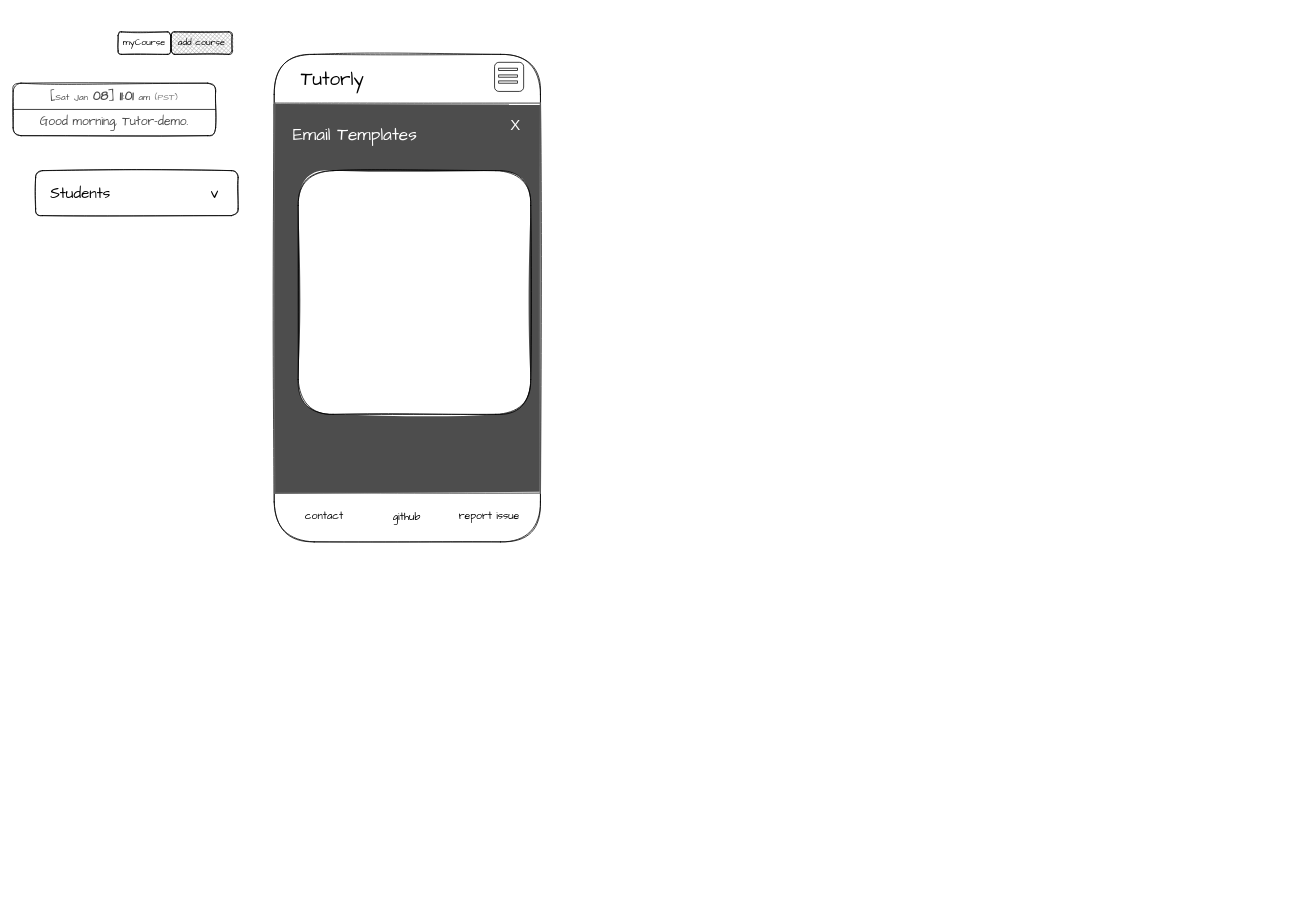
Above: page "email-templates" (2 of 2) of design/wireframes.drawio in sjfcodes/tutor-assistant (draw.io), before the change. Source tidied: cells renumbered, new cells numbered last; positions are measured from the earlier drawing's top-left corner, leaving out a move shared by most shapes. Both pictures are drawn from the tidied source at 75%, with x=0, y=0 at pixel (13, 32).
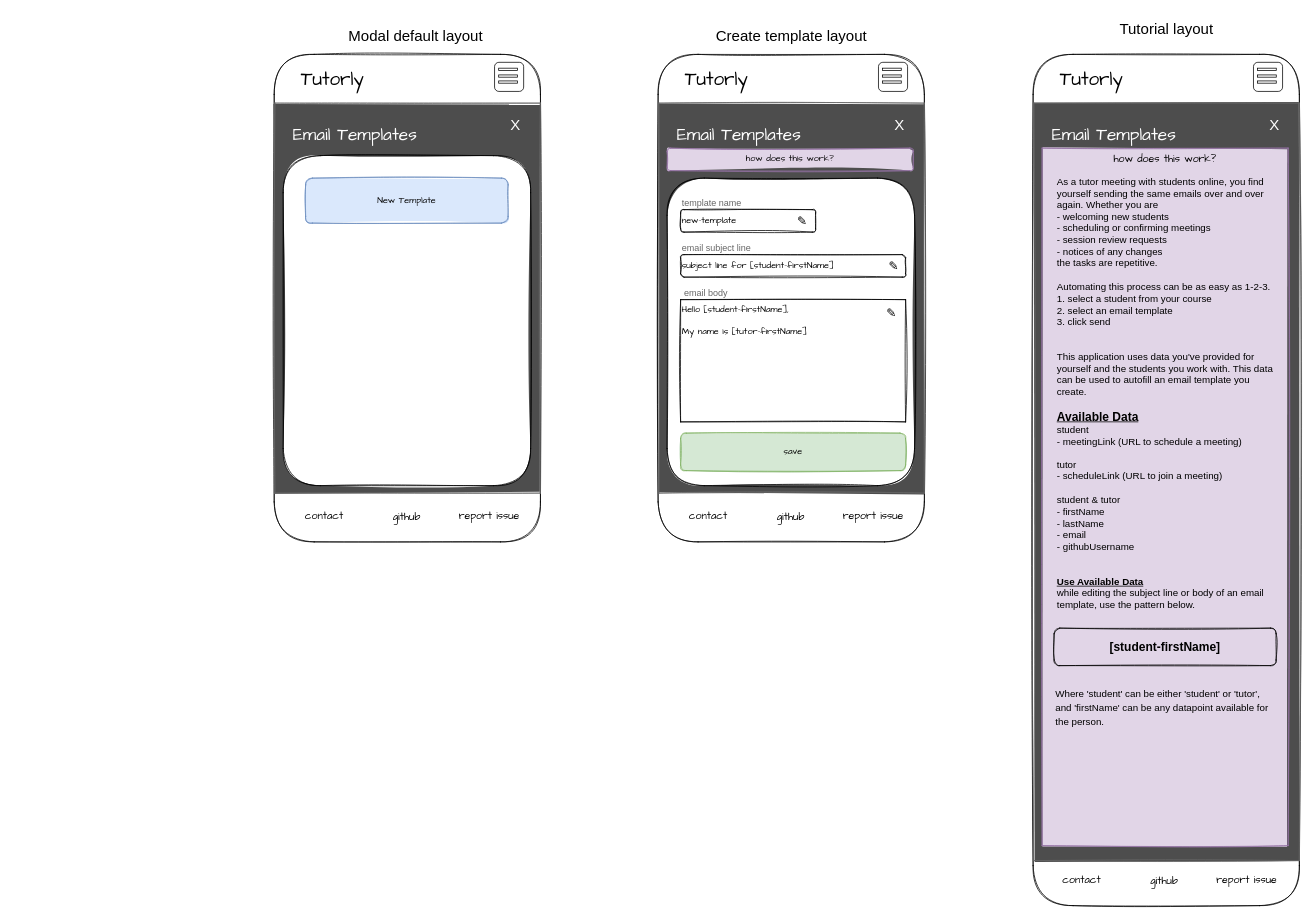
The same diagram, later.

Diff of the diagram source:
```diff
@@
-    <mxCell id="3" value="myCourse" style="rounded=1;whiteSpace=wrap;html=1;sketch=1;fillStyle=cross-hatch;fillColor=none;fontFamily=Comic Sans MS;" parent="1" vertex="1">
-      <mxGeometry x="140" width="70" height="30" as="geometry" />
-    </mxCell>
-    <mxCell id="4" value="add course" style="rounded=1;whiteSpace=wrap;html=1;sketch=1;fillStyle=cross-hatch;fillColor=#B3B3B3;fontFamily=Comic Sans MS;" parent="1" vertex="1">
-      <mxGeometry x="211" width="81" height="30" as="geometry" />
-    </mxCell>
@@
-    <mxCell id="6" value="&lt;span class=&quot;&quot; style=&quot;box-sizing: inherit ; color: rgb(74 , 74 , 74) ; font-family: &amp;quot;system-ui&amp;quot; , , &amp;quot;segoe ui&amp;quot; , &amp;quot;roboto&amp;quot; , &amp;quot;oxygen&amp;quot; , &amp;quot;ubuntu&amp;quot; , &amp;quot;cantarell&amp;quot; , &amp;quot;fira sans&amp;quot; , &amp;quot;droid sans&amp;quot; , &amp;quot;helvetica neue&amp;quot; , &amp;quot;helvetica&amp;quot; , &amp;quot;arial&amp;quot; , sans-serif ; font-size: 16px ; background-color: rgb(255 , 255 , 255)&quot;&gt;[&lt;span class=&quot;is-size-7 &quot; style=&quot;box-sizing: inherit ; font-style: inherit ; font-weight: inherit ; font-size: 0.75rem&quot;&gt;Sat&lt;/span&gt;&amp;nbsp;&lt;span class=&quot;is-size-7 &quot; style=&quot;box-sizing: inherit ; font-style: inherit ; font-weight: inherit ; font-size: 0.75rem&quot;&gt;Jan&lt;/span&gt;&amp;nbsp;&lt;span class=&quot;is-size-6 has-text-weight-bold&quot; style=&quot;box-sizing: inherit ; font-style: inherit ; font-weight: 700 ; font-size: 1rem&quot;&gt;08&lt;/span&gt;]&amp;nbsp;&lt;span class=&quot;is-size-6 has-text-weight-bold&quot; style=&quot;box-sizing: inherit ; font-style: inherit ; font-weight: 700 ; font-size: 1rem&quot;&gt;11&lt;/span&gt;:&lt;span class=&quot;is-size-6 has-text-weight-bold&quot; style=&quot;box-sizing: inherit ; font-style: inherit ; font-weight: 700 ; font-size: 1rem&quot;&gt;01&lt;/span&gt;&amp;nbsp;&lt;span class=&quot;is-size-7 &quot; style=&quot;box-sizing: inherit ; font-style: inherit ; font-weight: inherit ; font-size: 0.75rem&quot;&gt;am&lt;/span&gt;&lt;/span&gt;&lt;span style=&quot;color: rgb(74 , 74 , 74) ; font-family: &amp;quot;system-ui&amp;quot; , , &amp;quot;segoe ui&amp;quot; , &amp;quot;roboto&amp;quot; , &amp;quot;oxygen&amp;quot; , &amp;quot;ubuntu&amp;quot; , &amp;quot;cantarell&amp;quot; , &amp;quot;fira sans&amp;quot; , &amp;quot;droid sans&amp;quot; , &amp;quot;helvetica neue&amp;quot; , &amp;quot;helvetica&amp;quot; , &amp;quot;arial&amp;quot; , sans-serif ; font-size: 16px ; background-color: rgb(255 , 255 , 255)&quot;&gt;&amp;nbsp;&lt;/span&gt;&lt;span class=&quot;is-size-7 has-text-grey&quot; style=&quot;box-sizing: inherit ; font-family: &amp;quot;system-ui&amp;quot; , , &amp;quot;segoe ui&amp;quot; , &amp;quot;roboto&amp;quot; , &amp;quot;oxygen&amp;quot; , &amp;quot;ubuntu&amp;quot; , &amp;quot;cantarell&amp;quot; , &amp;quot;fira sans&amp;quot; , &amp;quot;droid sans&amp;quot; , &amp;quot;helvetica neue&amp;quot; , &amp;quot;helvetica&amp;quot; , &amp;quot;arial&amp;quot; , sans-serif ; background-color: rgb(255 , 255 , 255) ; color: rgb(122 , 122 , 122) ; font-size: 0.75rem&quot;&gt;(PST)&lt;br&gt;&lt;br&gt;&lt;span style=&quot;color: rgb(74 , 74 , 74) ; font-size: 16px&quot;&gt;Good morning, Tutor-demo.&lt;/span&gt;&lt;br&gt;&lt;/span&gt;" style="rounded=1;whiteSpace=wrap;html=1;shadow=0;sketch=1;fillStyle=auto;fontFamily=Comic Sans MS;fillColor=#FFFFFF;" parent="1" vertex="1">
-      <mxGeometry y="68.4" width="270" height="70" as="geometry" />
-    </mxCell>
-    <mxCell id="7" style="rounded=1;whiteSpace=wrap;html=1;shadow=0;sketch=1;fillStyle=auto;fontFamily=Comic Sans MS;fillColor=#FFFFFF;" parent="1" vertex="1">
-      <mxGeometry x="30" y="185" width="270" height="60" as="geometry" />
-    </mxCell>
@@
-    <mxCell id="13" style="endArrow=none;html=1;rounded=0;fontSize=20;entryX=1;entryY=0.5;entryDx=0;entryDy=0;exitX=0;exitY=0.5;exitDx=0;exitDy=0;fontFamily=Comic Sans MS;" parent="1" edge="1" source="6" target="6">
-      <mxGeometry relative="1" as="geometry" />
-    </mxCell>
-    <mxCell id="14" value="Students" style="text;html=1;strokeColor=none;fillColor=none;align=center;verticalAlign=middle;whiteSpace=wrap;rounded=0;fillStyle=cross-hatch;fontSize=20;fontFamily=Comic Sans MS;" parent="1" vertex="1">
-      <mxGeometry x="40" y="200" width="100" height="30" as="geometry" />
-    </mxCell>
-    <mxCell id="15" value="v" style="text;html=1;strokeColor=none;fillColor=none;align=center;verticalAlign=middle;whiteSpace=wrap;rounded=0;fillStyle=cross-hatch;fontSize=20;fontFamily=Comic Sans MS;" parent="1" vertex="1">
-      <mxGeometry x="250" y="200" width="38.2" height="30" as="geometry" />
-    </mxCell>
@@
     <mxCell id="20" style="rounded=1;whiteSpace=wrap;html=1;sketch=1;fillStyle=auto;" parent="1" vertex="1">
-      <mxGeometry x="380.1" y="185" width="310" height="325" as="geometry" />
+      <mxGeometry x="360.1" y="165" width="329.9" height="440" as="geometry" />
     </mxCell>
@@
+    <mxCell id="7" value="New Template" style="rounded=1;whiteSpace=wrap;html=1;shadow=0;sketch=1;fillStyle=solid;fontFamily=Comic Sans MS;fillColor=#dae8fc;strokeColor=#6c8ebf;" parent="1" vertex="1">
+      <mxGeometry x="390" y="195" width="270" height="60" as="geometry" />
+    </mxCell>
+    <mxCell id="22" style="rounded=1;whiteSpace=wrap;html=1;sketch=1;" parent="1" vertex="1">
+      <mxGeometry x="860" y="30" width="355" height="650" as="geometry" />
+    </mxCell>
+    <mxCell id="23" style="rounded=0;whiteSpace=wrap;html=1;sketch=1;fillStyle=solid;fillColor=#4D4D4D;fontColor=#333333;strokeColor=#666666;" parent="1" vertex="1">
+      <mxGeometry x="860.9" y="95" width="354" height="520" as="geometry" />
+    </mxCell>
+    <mxCell id="24" value="&lt;font style=&quot;font-size: 25px;&quot;&gt;Tutorly&lt;/font&gt;" style="text;html=1;strokeColor=none;fillColor=none;align=center;verticalAlign=middle;whiteSpace=wrap;rounded=0;fillStyle=cross-hatch;fontSize=25;fontFamily=Comic Sans MS;" parent="1" vertex="1">
+      <mxGeometry x="894" y="48" width="87.9" height="30" as="geometry" />
+    </mxCell>
+    <mxCell id="25" style="whiteSpace=wrap;html=1;fillStyle=cross-hatch;fontSize=20;fillColor=#FFFFFF;rounded=1;" parent="1" vertex="1">
+      <mxGeometry x="1153.8" y="40.6" width="38.8" height="38.8" as="geometry" />
+    </mxCell>
+    <mxCell id="26" style="rounded=0;whiteSpace=wrap;html=1;fillStyle=cross-hatch;fontSize=20;fillColor=#FFFFFF;" parent="1" vertex="1">
+      <mxGeometry x="1159.2" y="48.4" width="25" height="3" as="geometry" />
+    </mxCell>
+    <mxCell id="27" style="rounded=0;whiteSpace=wrap;html=1;fillStyle=cross-hatch;fontSize=20;fillColor=#FFFFFF;" parent="1" vertex="1">
+      <mxGeometry x="1159.2" y="57.4" width="25" height="3" as="geometry" />
+    </mxCell>
+    <mxCell id="28" style="rounded=0;whiteSpace=wrap;html=1;fillStyle=cross-hatch;fontSize=20;fillColor=#FFFFFF;" parent="1" vertex="1">
+      <mxGeometry x="1159.2" y="65.4" width="25" height="3" as="geometry" />
+    </mxCell>
+    <mxCell id="29" value="&lt;font style=&quot;font-size: 14px&quot;&gt;report issue&lt;/font&gt;" style="text;html=1;strokeColor=none;fillColor=none;align=center;verticalAlign=middle;whiteSpace=wrap;rounded=0;fillStyle=cross-hatch;fontSize=20;fontFamily=Comic Sans MS;" parent="1" vertex="1">
+      <mxGeometry x="1092" y="630" width="110" height="26" as="geometry" />
+    </mxCell>
+    <mxCell id="30" value="&lt;font style=&quot;font-size: 14px&quot;&gt;contact&lt;/font&gt;" style="text;html=1;strokeColor=none;fillColor=none;align=center;verticalAlign=middle;whiteSpace=wrap;rounded=0;fillStyle=cross-hatch;fontSize=20;fontFamily=Comic Sans MS;" parent="1" vertex="1">
+      <mxGeometry x="872" y="630" width="110" height="26" as="geometry" />
+    </mxCell>
+    <mxCell id="31" value="&lt;font style=&quot;font-size: 14px&quot;&gt;github&lt;br&gt;&lt;/font&gt;" style="text;html=1;strokeColor=none;fillColor=none;align=center;verticalAlign=middle;whiteSpace=wrap;rounded=0;fillStyle=cross-hatch;fontSize=20;fontFamily=Comic Sans MS;" parent="1" vertex="1">
+      <mxGeometry x="1012" y="631" width="50" height="26" as="geometry" />
+    </mxCell>
+    <mxCell id="32" value="&lt;font style=&quot;font-size: 23px;&quot;&gt;Email Templates&lt;/font&gt;" style="text;html=1;align=center;verticalAlign=middle;whiteSpace=wrap;rounded=0;fontColor=#FFFFFF;fontSize=23;fontFamily=Comic Sans MS;" parent="1" vertex="1">
+      <mxGeometry x="863" y="122" width="210" height="30" as="geometry" />
+    </mxCell>
+    <mxCell id="33" style="rounded=1;whiteSpace=wrap;html=1;sketch=1;fillStyle=auto;" parent="1" vertex="1">
+      <mxGeometry x="872" y="195" width="329.9" height="410" as="geometry" />
+    </mxCell>
+    <mxCell id="34" value="X" style="text;html=1;strokeColor=none;fillColor=none;align=center;verticalAlign=middle;whiteSpace=wrap;rounded=0;fillStyle=solid;fontSize=20;fontColor=#FFFFFF;" parent="1" vertex="1">
+      <mxGeometry x="1162" y="108.4" width="40" height="30" as="geometry" />
+    </mxCell>
+    <mxCell id="35" value="new-template" style="rounded=1;whiteSpace=wrap;html=1;shadow=0;sketch=1;fillStyle=solid;fontFamily=Comic Sans MS;align=left;" parent="1" vertex="1">
+      <mxGeometry x="890" y="237" width="180" height="30" as="geometry" />
+    </mxCell>
+    <mxCell id="36" value="&lt;font style=&quot;font-size: 16px&quot;&gt;✎&lt;/font&gt;" style="text;html=1;strokeColor=none;fillColor=none;align=center;verticalAlign=middle;whiteSpace=wrap;rounded=0;fillStyle=solid;" parent="1" vertex="1">
+      <mxGeometry x="1043" y="242" width="19" height="20" as="geometry" />
+    </mxCell>
+    <mxCell id="37" value="&lt;font&gt;&lt;font style=&quot;font-size: 12px&quot;&gt;template name&lt;/font&gt;&lt;br&gt;&lt;/font&gt;" style="text;html=1;strokeColor=none;fillColor=none;align=left;verticalAlign=middle;whiteSpace=wrap;rounded=0;fillStyle=solid;fontSize=16;fontColor=#666666;" parent="1" vertex="1">
+      <mxGeometry x="889.9" y="217" width="94.1" height="20" as="geometry" />
+    </mxCell>
+    <mxCell id="38" value="subject line for [student-firstName]" style="rounded=1;whiteSpace=wrap;html=1;shadow=0;sketch=1;fillStyle=solid;fontFamily=Comic Sans MS;align=left;" parent="1" vertex="1">
+      <mxGeometry x="890" y="297" width="300" height="30" as="geometry" />
+    </mxCell>
+    <mxCell id="39" value="&lt;font style=&quot;font-size: 16px&quot;&gt;✎&lt;/font&gt;" style="text;html=1;strokeColor=none;fillColor=none;align=center;verticalAlign=middle;whiteSpace=wrap;rounded=0;fillStyle=solid;" parent="1" vertex="1">
+      <mxGeometry x="1164.8" y="302" width="19" height="20" as="geometry" />
+    </mxCell>
+    <mxCell id="40" value="&lt;font&gt;&lt;font style=&quot;font-size: 12px&quot;&gt;email subject line&lt;/font&gt;&lt;br&gt;&lt;/font&gt;" style="text;html=1;strokeColor=none;fillColor=none;align=left;verticalAlign=middle;whiteSpace=wrap;rounded=0;fillStyle=solid;fontSize=16;fontColor=#666666;" parent="1" vertex="1">
+      <mxGeometry x="889.9" y="277" width="124.1" height="20" as="geometry" />
+    </mxCell>
+    <mxCell id="41" value="Hello [student-firstName],&lt;br&gt;&lt;br&gt;My name is [tutor-firstName]" style="rounded=0;whiteSpace=wrap;html=1;shadow=0;sketch=1;fillStyle=solid;fontFamily=Comic Sans MS;align=left;gradientColor=none;glass=0;verticalAlign=top;" parent="1" vertex="1">
+      <mxGeometry x="890" y="357" width="300" height="163" as="geometry" />
+    </mxCell>
+    <mxCell id="42" value="&lt;font style=&quot;font-size: 16px&quot;&gt;✎&lt;/font&gt;" style="text;html=1;strokeColor=none;fillColor=none;align=center;verticalAlign=middle;whiteSpace=wrap;rounded=0;fillStyle=solid;" parent="1" vertex="1">
+      <mxGeometry x="1161.6" y="365" width="19" height="20" as="geometry" />
+    </mxCell>
+    <mxCell id="43" value="&lt;font&gt;&lt;font style=&quot;font-size: 12px&quot;&gt;email body&lt;/font&gt;&lt;br&gt;&lt;/font&gt;" style="text;html=1;strokeColor=none;fillColor=none;align=left;verticalAlign=middle;whiteSpace=wrap;rounded=0;fillStyle=solid;fontSize=16;fontColor=#666666;" parent="1" vertex="1">
+      <mxGeometry x="893.2" y="337" width="124.1" height="20" as="geometry" />
+    </mxCell>
+    <mxCell id="44" value="save" style="rounded=1;whiteSpace=wrap;html=1;shadow=0;sketch=1;fillStyle=solid;fontFamily=Comic Sans MS;align=center;fillColor=#d5e8d4;strokeColor=#82b366;" parent="1" vertex="1">
+      <mxGeometry x="890" y="535" width="300" height="50" as="geometry" />
+    </mxCell>
+    <mxCell id="45" value="&lt;font style=&quot;font-size: 12px&quot;&gt;how does this work?&lt;/font&gt;" style="rounded=1;whiteSpace=wrap;html=1;shadow=0;sketch=1;fillStyle=solid;fontFamily=Comic Sans MS;align=center;fillColor=#e1d5e7;strokeColor=#9673a6;" parent="1" vertex="1">
+      <mxGeometry x="872" y="155" width="328" height="30" as="geometry" />
+    </mxCell>
+    <mxCell id="46" style="rounded=1;whiteSpace=wrap;html=1;sketch=1;" parent="1" vertex="1">
+      <mxGeometry x="1360" y="30" width="355" height="1135" as="geometry" />
+    </mxCell>
+    <mxCell id="47" style="rounded=0;whiteSpace=wrap;html=1;sketch=1;fillStyle=solid;fillColor=#4D4D4D;fontColor=#333333;strokeColor=#666666;" parent="1" vertex="1">
+      <mxGeometry x="1360.9" y="95" width="354" height="1010" as="geometry" />
+    </mxCell>
+    <mxCell id="48" value="&lt;font style=&quot;font-size: 25px;&quot;&gt;Tutorly&lt;/font&gt;" style="text;html=1;strokeColor=none;fillColor=none;align=center;verticalAlign=middle;whiteSpace=wrap;rounded=0;fillStyle=cross-hatch;fontSize=25;fontFamily=Comic Sans MS;" parent="1" vertex="1">
+      <mxGeometry x="1394" y="48" width="87.9" height="30" as="geometry" />
+    </mxCell>
+    <mxCell id="49" style="whiteSpace=wrap;html=1;fillStyle=cross-hatch;fontSize=20;fillColor=#FFFFFF;rounded=1;" parent="1" vertex="1">
+      <mxGeometry x="1653.8" y="40.6" width="38.8" height="38.8" as="geometry" />
+    </mxCell>
+    <mxCell id="50" style="rounded=0;whiteSpace=wrap;html=1;fillStyle=cross-hatch;fontSize=20;fillColor=#FFFFFF;" parent="1" vertex="1">
+      <mxGeometry x="1659.2" y="48.4" width="25" height="3" as="geometry" />
+    </mxCell>
+    <mxCell id="51" style="rounded=0;whiteSpace=wrap;html=1;fillStyle=cross-hatch;fontSize=20;fillColor=#FFFFFF;" parent="1" vertex="1">
+      <mxGeometry x="1659.2" y="57.4" width="25" height="3" as="geometry" />
+    </mxCell>
+    <mxCell id="52" style="rounded=0;whiteSpace=wrap;html=1;fillStyle=cross-hatch;fontSize=20;fillColor=#FFFFFF;" parent="1" vertex="1">
+      <mxGeometry x="1659.2" y="65.4" width="25" height="3" as="geometry" />
+    </mxCell>
+    <mxCell id="53" value="&lt;font style=&quot;font-size: 14px&quot;&gt;report issue&lt;/font&gt;" style="text;html=1;strokeColor=none;fillColor=none;align=center;verticalAlign=middle;whiteSpace=wrap;rounded=0;fillStyle=cross-hatch;fontSize=20;fontFamily=Comic Sans MS;" parent="1" vertex="1">
+      <mxGeometry x="1590" y="1115" width="110" height="26" as="geometry" />
+    </mxCell>
+    <mxCell id="54" value="&lt;font style=&quot;font-size: 14px&quot;&gt;contact&lt;/font&gt;" style="text;html=1;strokeColor=none;fillColor=none;align=center;verticalAlign=middle;whiteSpace=wrap;rounded=0;fillStyle=cross-hatch;fontSize=20;fontFamily=Comic Sans MS;" parent="1" vertex="1">
+      <mxGeometry x="1370" y="1115" width="110" height="26" as="geometry" />
+    </mxCell>
+    <mxCell id="55" value="&lt;font style=&quot;font-size: 14px&quot;&gt;github&lt;br&gt;&lt;/font&gt;" style="text;html=1;strokeColor=none;fillColor=none;align=center;verticalAlign=middle;whiteSpace=wrap;rounded=0;fillStyle=cross-hatch;fontSize=20;fontFamily=Comic Sans MS;" parent="1" vertex="1">
+      <mxGeometry x="1510" y="1116" width="50" height="26" as="geometry" />
+    </mxCell>
+    <mxCell id="56" value="&lt;font style=&quot;font-size: 23px;&quot;&gt;Email Templates&lt;/font&gt;" style="text;html=1;align=center;verticalAlign=middle;whiteSpace=wrap;rounded=0;fontColor=#FFFFFF;fontSize=23;fontFamily=Comic Sans MS;" parent="1" vertex="1">
+      <mxGeometry x="1363" y="122" width="210" height="30" as="geometry" />
+    </mxCell>
+    <mxCell id="57" value="X" style="text;html=1;strokeColor=none;fillColor=none;align=center;verticalAlign=middle;whiteSpace=wrap;rounded=0;fillStyle=solid;fontSize=20;fontColor=#FFFFFF;" parent="1" vertex="1">
+      <mxGeometry x="1662" y="108.4" width="40" height="30" as="geometry" />
+    </mxCell>
+    <mxCell id="58" value="&lt;font style=&quot;font-size: 14px&quot;&gt;how does this work?&lt;/font&gt;" style="rounded=0;whiteSpace=wrap;html=1;shadow=0;sketch=1;fillStyle=solid;fontFamily=Comic Sans MS;align=center;fillColor=#e1d5e7;strokeColor=#9673a6;verticalAlign=top;" parent="1" vertex="1">
+      <mxGeometry x="1372" y="155" width="328" height="930" as="geometry" />
+    </mxCell>
+    <mxCell id="59" value="&lt;font color=&quot;#000000&quot; style=&quot;font-size: 20px&quot;&gt;Modal default layout&lt;/font&gt;" style="text;html=1;strokeColor=none;fillColor=none;align=center;verticalAlign=middle;whiteSpace=wrap;rounded=0;shadow=0;glass=0;fillStyle=solid;fontSize=12;fontColor=#666666;" parent="1" vertex="1">
+      <mxGeometry x="432" y="-15" width="209.9" height="40" as="geometry" />
+    </mxCell>
+    <mxCell id="60" value="&lt;font color=&quot;#000000&quot;&gt;&lt;span style=&quot;font-size: 20px&quot;&gt;Create template layout&lt;/span&gt;&lt;/font&gt;" style="text;html=1;strokeColor=none;fillColor=none;align=center;verticalAlign=middle;whiteSpace=wrap;rounded=0;shadow=0;glass=0;fillStyle=solid;fontSize=12;fontColor=#666666;" parent="1" vertex="1">
+      <mxGeometry x="932.9" y="-15" width="209.9" height="40" as="geometry" />
+    </mxCell>
+    <mxCell id="61" value="&lt;font color=&quot;#000000&quot;&gt;&lt;span style=&quot;font-size: 20px&quot;&gt;Tutorial layout&lt;/span&gt;&lt;/font&gt;" style="text;html=1;strokeColor=none;fillColor=none;align=center;verticalAlign=middle;whiteSpace=wrap;rounded=0;shadow=0;glass=0;fillStyle=solid;fontSize=12;fontColor=#666666;" parent="1" vertex="1">
+      <mxGeometry x="1432.9" y="-25" width="209.9" height="40" as="geometry" />
+    </mxCell>
+    <mxCell id="62" value="&lt;span&gt; &lt;/span&gt;As a tutor meeting with students online, you find yourself sending the same emails over and over again. Whether you are &lt;br&gt;&lt;span&gt; &lt;/span&gt;- welcoming new students&lt;br&gt;&lt;span&gt; &lt;/span&gt;- scheduling or confirming meetings&lt;br&gt;&lt;span&gt; &lt;/span&gt;- session review requests&lt;br&gt;&lt;span&gt; &lt;/span&gt;- notices of any changes&lt;br&gt;the tasks are repetitive.&lt;br&gt;&lt;br&gt;Automating this process can be as easy as 1-2-3.&lt;br&gt;1. select a student from your course&lt;br&gt;2. select an email template&lt;br&gt;3. click send&lt;br&gt;&lt;br&gt;&lt;br&gt;&lt;span&gt; &lt;/span&gt;This application uses data you've provided for yourself and the students you work with. This data can be used to autofill an email template you create.&lt;br&gt;&lt;br&gt;&lt;b&gt;&lt;font style=&quot;font-size: 16px&quot;&gt;&lt;u&gt;Available Data&lt;br&gt;&lt;/u&gt;&lt;/font&gt;&lt;/b&gt;student&lt;br&gt;&lt;span&gt; &lt;/span&gt;- meetingLink (URL to schedule a meeting)&lt;br&gt;&lt;br&gt;tutor&lt;br&gt;&lt;span&gt; &lt;/span&gt;- scheduleLink (URL to join a meeting)&lt;br&gt;&lt;br&gt;student &amp;amp; tutor&lt;br&gt;&lt;span&gt; &lt;/span&gt;- firstName&lt;br&gt;&lt;span&gt; &lt;/span&gt;- lastName&lt;br&gt;&lt;span&gt; &lt;/span&gt;- email&lt;br&gt;- githubUsername&lt;br&gt;&lt;br&gt;&lt;br&gt;&lt;b&gt;&lt;font style=&quot;font-size: 13px&quot;&gt;&lt;u&gt;Use Available Data&lt;br&gt;&lt;/u&gt;&lt;/font&gt;&lt;/b&gt;while editing the subject line or body of an email template, use the pattern below." style="text;html=1;strokeColor=none;fillColor=none;align=left;verticalAlign=top;whiteSpace=wrap;rounded=0;shadow=0;glass=0;fillStyle=solid;fontSize=13;fontColor=#000000;" parent="1" vertex="1">
+      <mxGeometry x="1390" y="185" width="297" height="600" as="geometry" />
+    </mxCell>
+    <mxCell id="63" value="&lt;b style=&quot;font-size: 16px&quot;&gt;&lt;font style=&quot;font-size: 16px&quot;&gt;[student-firstName]&lt;/font&gt;&lt;/b&gt;" style="rounded=1;whiteSpace=wrap;html=1;shadow=0;glass=0;fillStyle=solid;fontSize=13;fontColor=#000000;gradientColor=none;fillColor=none;sketch=1;" parent="1" vertex="1">
+      <mxGeometry x="1388" y="795" width="296" height="50" as="geometry" />
+    </mxCell>
+    <mxCell id="64" value="&lt;font style=&quot;font-size: 13px&quot;&gt;Where 'student' can be either 'student' or 'tutor', and 'firstName' can be any datapoint available for the person.&lt;br&gt;&lt;/font&gt;" style="text;html=1;strokeColor=none;fillColor=none;align=left;verticalAlign=top;whiteSpace=wrap;rounded=0;shadow=0;glass=0;sketch=1;fillStyle=solid;fontSize=16;fontColor=#000000;" parent="1" vertex="1">
+      <mxGeometry x="1388" y="865" width="292" height="70" as="geometry" />
+    </mxCell>
```
